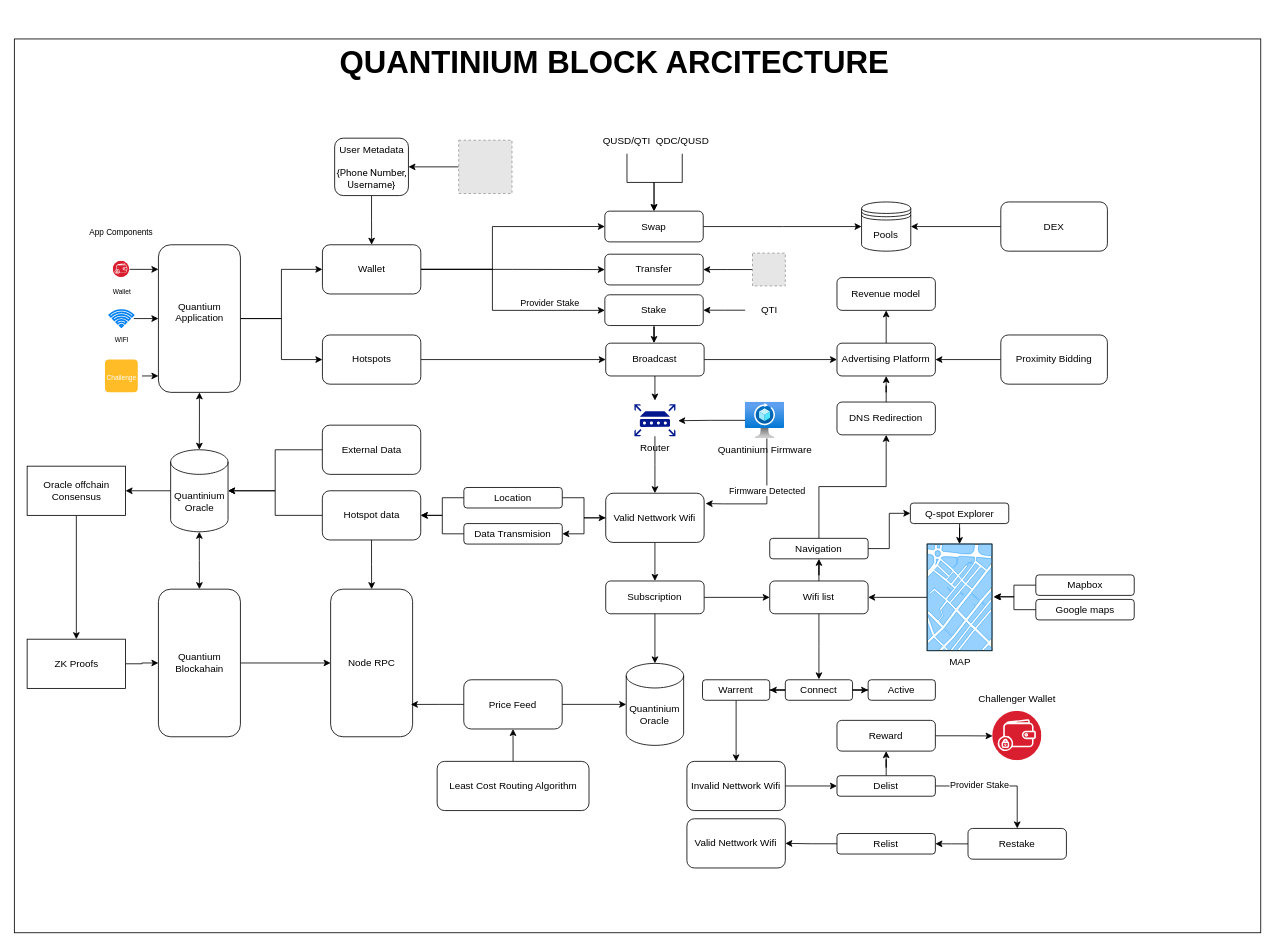
Before: Quantinium-block-diagram.drawio in ali-05-ahmed/Concept-Diagrams, a draw.io diagram. Source tidied: cells renumbered, new cells numbered last; positions are measured from the earlier drawing's top-left corner, leaving out a move shared by most shapes. Both pictures are drawn from the tidied source at 82%, with x=0, y=0 at pixel (14, 39). Pictures stored in the file or linked from it are replaced by grey dashed boxes.
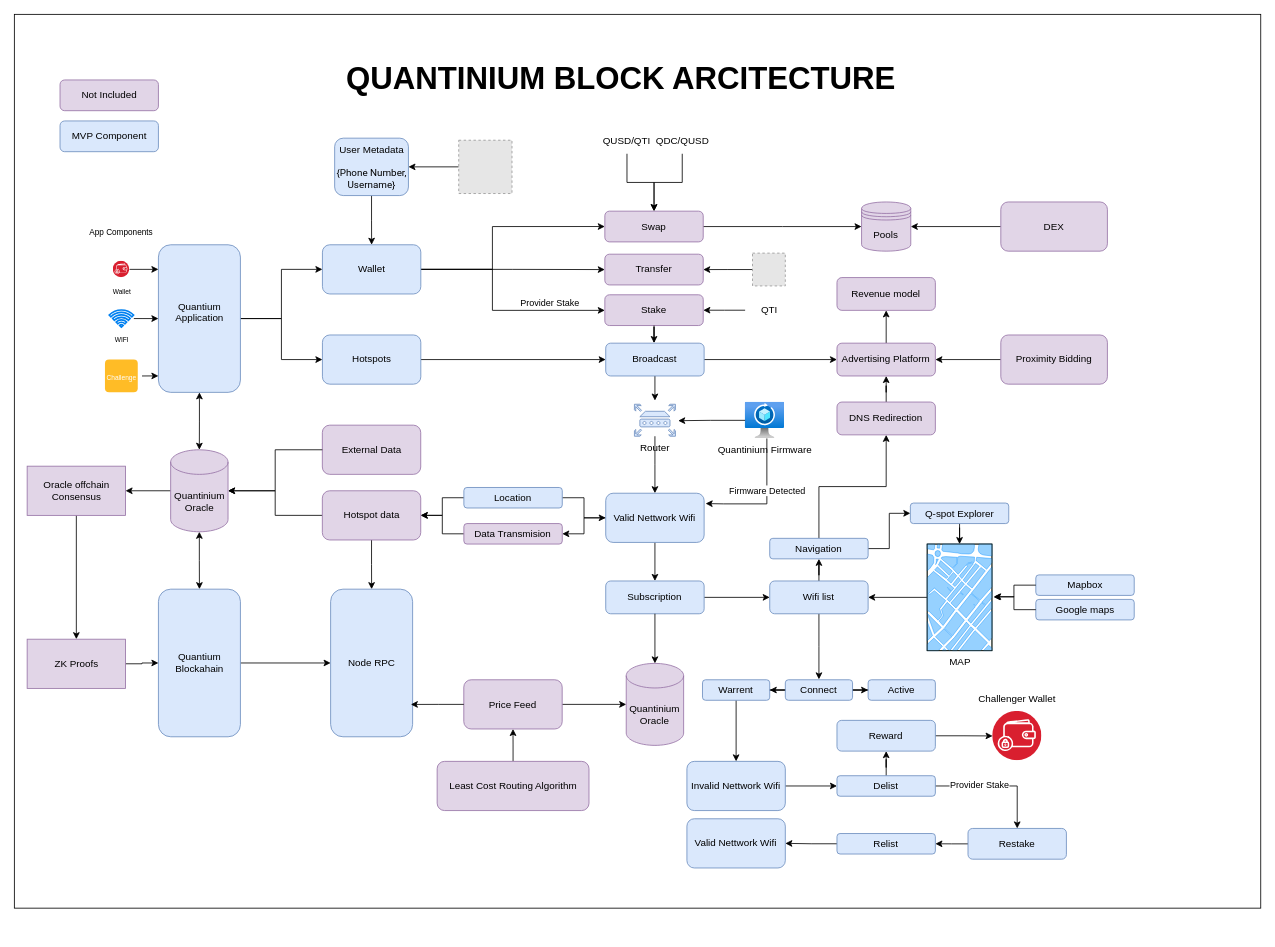
The same page after the edit.

What changed in the source:
```diff
@@
     <mxCell id="2" style="rounded=0;whiteSpace=wrap;html=1;" parent="1" vertex="1">
-      <mxGeometry width="1520" height="1090" as="geometry" />
+      <mxGeometry y="-30" width="1520" height="1090" as="geometry" />
     </mxCell>
@@
-    <mxCell id="6" value="Quantium&lt;div&gt;Application&lt;/div&gt;&lt;div&gt;&amp;nbsp;&lt;br&gt;&lt;/div&gt;" style="rounded=1;whiteSpace=wrap;html=1;" parent="1" vertex="1">
+    <mxCell id="6" value="Quantium&lt;div&gt;Application&lt;/div&gt;&lt;div&gt;&amp;nbsp;&lt;br&gt;&lt;/div&gt;" style="rounded=1;whiteSpace=wrap;html=1;fillColor=#dae8fc;strokeColor=#6c8ebf;" parent="1" vertex="1">
       <mxGeometry x="175.7" y="251" width="100" height="180" as="geometry" />
     </mxCell>
@@
-    <mxCell id="18" value="Wallet" style="whiteSpace=wrap;html=1;rounded=1;" parent="1" vertex="1">
+    <mxCell id="18" value="Wallet" style="whiteSpace=wrap;html=1;rounded=1;fillColor=#dae8fc;strokeColor=#6c8ebf;" parent="1" vertex="1">
       <mxGeometry x="375.7" y="251" width="120" height="60" as="geometry" />
     </mxCell>
@@
-    <mxCell id="20" value="User Metadata&lt;br&gt;&lt;div&gt;&lt;span style=&quot;font-size: 9pt; font-family: Roboto;&quot;&gt;&lt;br&gt;{Phone Number, Username}&lt;/span&gt;&lt;/div&gt;" style="rounded=1;whiteSpace=wrap;html=1;" parent="1" vertex="1">
+    <mxCell id="20" value="User Metadata&lt;br&gt;&lt;div&gt;&lt;span style=&quot;font-size: 9pt; font-family: Roboto;&quot;&gt;&lt;br&gt;{Phone Number, Username}&lt;/span&gt;&lt;/div&gt;" style="rounded=1;whiteSpace=wrap;html=1;fillColor=#dae8fc;strokeColor=#6c8ebf;" parent="1" vertex="1">
       <mxGeometry x="390.6" y="121" width="90" height="70" as="geometry" />
     </mxCell>
@@
-    <mxCell id="22" value="Swap" style="whiteSpace=wrap;html=1;rounded=1;" parent="1" vertex="1">
+    <mxCell id="22" value="Swap" style="whiteSpace=wrap;html=1;rounded=1;fillColor=#e1d5e7;strokeColor=#9673a6;" parent="1" vertex="1">
       <mxGeometry x="720.1" y="210" width="120" height="37.5" as="geometry" />
     </mxCell>
-    <mxCell id="23" value="Transfer" style="whiteSpace=wrap;html=1;rounded=1;" parent="1" vertex="1">
+    <mxCell id="23" value="Transfer" style="whiteSpace=wrap;html=1;rounded=1;fillColor=#e1d5e7;strokeColor=#9673a6;" parent="1" vertex="1">
       <mxGeometry x="720.1" y="262.5" width="120" height="37.5" as="geometry" />
     </mxCell>
@@
-    <mxCell id="28" value="Stake" style="whiteSpace=wrap;html=1;rounded=1;" parent="1" vertex="1">
+    <mxCell id="28" value="Stake" style="whiteSpace=wrap;html=1;rounded=1;fillColor=#e1d5e7;strokeColor=#9673a6;" parent="1" vertex="1">
       <mxGeometry x="720.1" y="312" width="120" height="37.5" as="geometry" />
     </mxCell>
@@
-    <mxCell id="35" value="Broadcast" style="rounded=1;whiteSpace=wrap;html=1;" parent="1" vertex="1">
+    <mxCell id="35" value="Broadcast" style="rounded=1;whiteSpace=wrap;html=1;fillColor=#dae8fc;strokeColor=#6c8ebf;" parent="1" vertex="1">
       <mxGeometry x="721.2" y="371" width="120" height="40" as="geometry" />
     </mxCell>
@@
-    <mxCell id="37" value="Router" style="sketch=0;shadow=0;dashed=0;html=1;strokeColor=none;labelPosition=center;verticalLabelPosition=bottom;verticalAlign=top;align=center;fillColor=#00188D;shape=mxgraph.mscae.enterprise.router;" parent="1" vertex="1">
+    <mxCell id="37" value="Router" style="sketch=0;shadow=0;dashed=0;html=1;strokeColor=#6c8ebf;labelPosition=center;verticalLabelPosition=bottom;verticalAlign=top;align=center;fillColor=#dae8fc;shape=mxgraph.mscae.enterprise.router;" parent="1" vertex="1">
       <mxGeometry x="756.2" y="445.5" width="50" height="39" as="geometry" />
     </mxCell>
@@
-    <mxCell id="42" value="Valid Nettwork Wifi" style="rounded=1;whiteSpace=wrap;html=1;" parent="1" vertex="1">
+    <mxCell id="42" value="Valid Nettwork Wifi" style="rounded=1;whiteSpace=wrap;html=1;fillColor=#dae8fc;strokeColor=#6c8ebf;" parent="1" vertex="1">
       <mxGeometry x="721.2" y="554" width="120" height="60" as="geometry" />
     </mxCell>
@@
-    <mxCell id="47" value="Location" style="rounded=1;whiteSpace=wrap;html=1;" parent="1" vertex="1">
+    <mxCell id="47" value="Location" style="rounded=1;whiteSpace=wrap;html=1;fillColor=#dae8fc;strokeColor=#6c8ebf;" parent="1" vertex="1">
       <mxGeometry x="548.2" y="547" width="120" height="25" as="geometry" />
     </mxCell>
@@
-    <mxCell id="49" value="Hotspots" style="whiteSpace=wrap;html=1;rounded=1;" parent="1" vertex="1">
+    <mxCell id="49" value="Hotspots" style="whiteSpace=wrap;html=1;rounded=1;fillColor=#dae8fc;strokeColor=#6c8ebf;" parent="1" vertex="1">
       <mxGeometry x="375.7" y="361" width="120" height="60" as="geometry" />
     </mxCell>
@@
-    <mxCell id="52" value="Subscription" style="rounded=1;whiteSpace=wrap;html=1;" parent="1" vertex="1">
+    <mxCell id="52" value="Subscription" style="rounded=1;whiteSpace=wrap;html=1;fillColor=#dae8fc;strokeColor=#6c8ebf;" parent="1" vertex="1">
       <mxGeometry x="721.2" y="661" width="120" height="40" as="geometry" />
     </mxCell>
-    <mxCell id="53" value="Quantinium Oracle" style="shape=cylinder3;whiteSpace=wrap;html=1;boundedLbl=1;backgroundOutline=1;size=15;" parent="1" vertex="1">
+    <mxCell id="53" value="Quantinium Oracle" style="shape=cylinder3;whiteSpace=wrap;html=1;boundedLbl=1;backgroundOutline=1;size=15;fillColor=#e1d5e7;strokeColor=#9673a6;" parent="1" vertex="1">
       <mxGeometry x="746.2" y="761.5" width="70" height="100" as="geometry" />
     </mxCell>
@@
-    <mxCell id="57" value="Wifi list" style="rounded=1;whiteSpace=wrap;html=1;" parent="1" vertex="1">
+    <mxCell id="57" value="Wifi list" style="rounded=1;whiteSpace=wrap;html=1;fillColor=#dae8fc;strokeColor=#6c8ebf;" parent="1" vertex="1">
       <mxGeometry x="921.2" y="661" width="120" height="40" as="geometry" />
     </mxCell>
@@
-    <mxCell id="62" value="Navigation" style="rounded=1;whiteSpace=wrap;html=1;" parent="1" vertex="1">
+    <mxCell id="62" value="Navigation" style="rounded=1;whiteSpace=wrap;html=1;fillColor=#dae8fc;strokeColor=#6c8ebf;" parent="1" vertex="1">
       <mxGeometry x="921.2" y="609" width="120" height="25" as="geometry" />
     </mxCell>
@@
-    <mxCell id="65" value="Connect" style="rounded=1;whiteSpace=wrap;html=1;" parent="1" vertex="1">
+    <mxCell id="65" value="Connect" style="rounded=1;whiteSpace=wrap;html=1;fillColor=#dae8fc;strokeColor=#6c8ebf;" parent="1" vertex="1">
       <mxGeometry x="940.2" y="781.5" width="82" height="25" as="geometry" />
     </mxCell>
-    <mxCell id="66" value="Active" style="rounded=1;whiteSpace=wrap;html=1;" parent="1" vertex="1">
+    <mxCell id="66" value="Active" style="rounded=1;whiteSpace=wrap;html=1;fillColor=#dae8fc;strokeColor=#6c8ebf;" parent="1" vertex="1">
       <mxGeometry x="1041.2" y="781.5" width="82" height="25" as="geometry" />
     </mxCell>
@@
-    <mxCell id="68" value="Warrent" style="rounded=1;whiteSpace=wrap;html=1;" parent="1" vertex="1">
+    <mxCell id="68" value="Warrent" style="rounded=1;whiteSpace=wrap;html=1;fillColor=#dae8fc;strokeColor=#6c8ebf;" parent="1" vertex="1">
       <mxGeometry x="839.2" y="781.5" width="82" height="25" as="geometry" />
     </mxCell>
@@
-    <mxCell id="70" value="Price Feed" style="rounded=1;whiteSpace=wrap;html=1;" parent="1" vertex="1">
+    <mxCell id="70" value="Price Feed" style="rounded=1;whiteSpace=wrap;html=1;fillColor=#e1d5e7;strokeColor=#9673a6;" parent="1" vertex="1">
       <mxGeometry x="548.1" y="781.5" width="120" height="60" as="geometry" />
     </mxCell>
@@
-    <mxCell id="73" value="Quantinium Oracle" style="shape=cylinder3;whiteSpace=wrap;html=1;boundedLbl=1;backgroundOutline=1;size=15;" parent="1" vertex="1">
+    <mxCell id="73" value="Quantinium Oracle" style="shape=cylinder3;whiteSpace=wrap;html=1;boundedLbl=1;backgroundOutline=1;size=15;fillColor=#e1d5e7;strokeColor=#9673a6;" parent="1" vertex="1">
       <mxGeometry x="190.6" y="501" width="70" height="100" as="geometry" />
     </mxCell>
@@
-    <mxCell id="75" value="Quantium&lt;div&gt;Blockahain&lt;/div&gt;" style="rounded=1;whiteSpace=wrap;html=1;" parent="1" vertex="1">
+    <mxCell id="75" value="Quantium&lt;div&gt;Blockahain&lt;/div&gt;" style="rounded=1;whiteSpace=wrap;html=1;fillColor=#dae8fc;strokeColor=#6c8ebf;" parent="1" vertex="1">
       <mxGeometry x="175.7" y="671" width="100" height="180" as="geometry" />
     </mxCell>
-    <mxCell id="76" value="External Data" style="rounded=1;whiteSpace=wrap;html=1;" parent="1" vertex="1">
+    <mxCell id="76" value="External Data" style="rounded=1;whiteSpace=wrap;html=1;fillColor=#e1d5e7;strokeColor=#9673a6;" parent="1" vertex="1">
       <mxGeometry x="375.6" y="471" width="120" height="60" as="geometry" />
     </mxCell>
@@
-    <mxCell id="79" value="Hotspot data" style="rounded=1;whiteSpace=wrap;html=1;" parent="1" vertex="1">
+    <mxCell id="79" value="Hotspot data" style="rounded=1;whiteSpace=wrap;html=1;fillColor=#e1d5e7;strokeColor=#9673a6;" parent="1" vertex="1">
       <mxGeometry x="375.6" y="551" width="120" height="60" as="geometry" />
     </mxCell>
@@
-    <mxCell id="82" value="Data Transmision" style="rounded=1;whiteSpace=wrap;html=1;" parent="1" vertex="1">
+    <mxCell id="82" value="Data Transmision" style="rounded=1;whiteSpace=wrap;html=1;fillColor=#e1d5e7;strokeColor=#9673a6;" parent="1" vertex="1">
       <mxGeometry x="548.2" y="591" width="120" height="25" as="geometry" />
     </mxCell>
-    <mxCell id="83" value="Node RPC" style="rounded=1;whiteSpace=wrap;html=1;" parent="1" vertex="1">
+    <mxCell id="83" value="Node RPC" style="rounded=1;whiteSpace=wrap;html=1;fillColor=#dae8fc;strokeColor=#6c8ebf;" parent="1" vertex="1">
       <mxGeometry x="385.7" y="671" width="100" height="180" as="geometry" />
     </mxCell>
@@
-    <mxCell id="85" value="Mapbox" style="rounded=1;whiteSpace=wrap;html=1;" parent="1" vertex="1">
+    <mxCell id="85" value="Mapbox" style="rounded=1;whiteSpace=wrap;html=1;fillColor=#dae8fc;strokeColor=#6c8ebf;" parent="1" vertex="1">
       <mxGeometry x="1245.7" y="653.6" width="120" height="25" as="geometry" />
     </mxCell>
-    <mxCell id="86" value="Google maps" style="rounded=1;whiteSpace=wrap;html=1;" parent="1" vertex="1">
+    <mxCell id="86" value="Google maps" style="rounded=1;whiteSpace=wrap;html=1;fillColor=#dae8fc;strokeColor=#6c8ebf;" parent="1" vertex="1">
       <mxGeometry x="1245.7" y="683.5" width="120" height="25" as="geometry" />
     </mxCell>
@@
-    <mxCell id="90" value="Invalid Nettwork Wifi" style="rounded=1;whiteSpace=wrap;html=1;" parent="1" vertex="1">
+    <mxCell id="90" value="Invalid Nettwork Wifi" style="rounded=1;whiteSpace=wrap;html=1;fillColor=#dae8fc;strokeColor=#6c8ebf;" parent="1" vertex="1">
       <mxGeometry x="820.2" y="881" width="120" height="60" as="geometry" />
     </mxCell>
@@
-    <mxCell id="93" value="Delist" style="rounded=1;whiteSpace=wrap;html=1;" parent="1" vertex="1">
+    <mxCell id="93" value="Delist" style="rounded=1;whiteSpace=wrap;html=1;fillColor=#dae8fc;strokeColor=#6c8ebf;" parent="1" vertex="1">
       <mxGeometry x="1003.2" y="898.5" width="120" height="25" as="geometry" />
     </mxCell>
@@
-    <mxCell id="95" value="Relist" style="rounded=1;whiteSpace=wrap;html=1;" parent="1" vertex="1">
+    <mxCell id="95" value="Relist" style="rounded=1;whiteSpace=wrap;html=1;fillColor=#dae8fc;strokeColor=#6c8ebf;" parent="1" vertex="1">
       <mxGeometry x="1003.2" y="969" width="120" height="25" as="geometry" />
     </mxCell>
@@
-    <mxCell id="97" value="Restake" style="whiteSpace=wrap;html=1;rounded=1;" parent="1" vertex="1">
+    <mxCell id="97" value="Restake" style="whiteSpace=wrap;html=1;rounded=1;fillColor=#dae8fc;strokeColor=#6c8ebf;" parent="1" vertex="1">
       <mxGeometry x="1163" y="962.8" width="120" height="37.5" as="geometry" />
     </mxCell>
@@
-    <mxCell id="99" value="Valid Nettwork Wifi" style="rounded=1;whiteSpace=wrap;html=1;" parent="1" vertex="1">
+    <mxCell id="99" value="Valid Nettwork Wifi" style="rounded=1;whiteSpace=wrap;html=1;fillColor=#dae8fc;strokeColor=#6c8ebf;" parent="1" vertex="1">
       <mxGeometry x="820.2" y="951" width="120" height="60" as="geometry" />
     </mxCell>
@@
-    <mxCell id="103" value="Reward" style="whiteSpace=wrap;html=1;rounded=1;" parent="1" vertex="1">
+    <mxCell id="103" value="Reward" style="whiteSpace=wrap;html=1;rounded=1;fillColor=#dae8fc;strokeColor=#6c8ebf;" parent="1" vertex="1">
       <mxGeometry x="1003.2" y="831" width="120" height="37.5" as="geometry" />
     </mxCell>
@@
-    <mxCell id="106" value="Pools" style="shape=datastore;whiteSpace=wrap;html=1;" parent="1" vertex="1">
+    <mxCell id="106" value="Pools" style="shape=datastore;whiteSpace=wrap;html=1;fillColor=#e1d5e7;strokeColor=#9673a6;" parent="1" vertex="1">
       <mxGeometry x="1033.2" y="198.8" width="60" height="60" as="geometry" />
     </mxCell>
@@
-    <mxCell id="108" value="Least Cost Routing Algorithm" style="rounded=1;whiteSpace=wrap;html=1;" parent="1" vertex="1">
+    <mxCell id="108" value="Least Cost Routing Algorithm" style="rounded=1;whiteSpace=wrap;html=1;fillColor=#e1d5e7;strokeColor=#9673a6;" parent="1" vertex="1">
       <mxGeometry x="515.6" y="881" width="185.2" height="60" as="geometry" />
     </mxCell>
@@
-    <mxCell id="110" value="Advertising Platform" style="rounded=1;whiteSpace=wrap;html=1;" parent="1" vertex="1">
+    <mxCell id="110" value="Advertising Platform" style="rounded=1;whiteSpace=wrap;html=1;fillColor=#e1d5e7;strokeColor=#9673a6;" parent="1" vertex="1">
       <mxGeometry x="1003.2" y="371" width="120" height="40" as="geometry" />
     </mxCell>
@@
-    <mxCell id="112" value="DNS Redirection" style="rounded=1;whiteSpace=wrap;html=1;" parent="1" vertex="1">
+    <mxCell id="112" value="DNS Redirection" style="rounded=1;whiteSpace=wrap;html=1;fillColor=#e1d5e7;strokeColor=#9673a6;" parent="1" vertex="1">
       <mxGeometry x="1003.2" y="442.8" width="120" height="40" as="geometry" />
     </mxCell>
@@
-    <mxCell id="114" value="Proximity Bidding" style="rounded=1;whiteSpace=wrap;html=1;" parent="1" vertex="1">
+    <mxCell id="114" value="Proximity Bidding" style="rounded=1;whiteSpace=wrap;html=1;fillColor=#e1d5e7;strokeColor=#9673a6;" parent="1" vertex="1">
       <mxGeometry x="1203" y="361" width="130" height="60" as="geometry" />
     </mxCell>
-    <mxCell id="115" value="Revenue model" style="rounded=1;whiteSpace=wrap;html=1;" parent="1" vertex="1">
+    <mxCell id="115" value="Revenue model" style="rounded=1;whiteSpace=wrap;html=1;fillColor=#e1d5e7;strokeColor=#9673a6;" parent="1" vertex="1">
       <mxGeometry x="1003.2" y="291" width="120" height="40" as="geometry" />
     </mxCell>
@@
-    <mxCell id="117" value="Q-spot Explorer" style="rounded=1;whiteSpace=wrap;html=1;" parent="1" vertex="1">
+    <mxCell id="117" value="Q-spot Explorer" style="rounded=1;whiteSpace=wrap;html=1;fillColor=#dae8fc;strokeColor=#6c8ebf;" parent="1" vertex="1">
       <mxGeometry x="1092.7" y="566" width="120" height="25" as="geometry" />
     </mxCell>
@@
-    <mxCell id="119" value="DEX" style="rounded=1;whiteSpace=wrap;html=1;" parent="1" vertex="1">
+    <mxCell id="119" value="DEX" style="rounded=1;whiteSpace=wrap;html=1;fillColor=#e1d5e7;strokeColor=#9673a6;" parent="1" vertex="1">
       <mxGeometry x="1203" y="198.8" width="130" height="60" as="geometry" />
     </mxCell>
     <mxCell id="120" value="&lt;h1 style=&quot;margin-top: 0px;&quot;&gt;&lt;font style=&quot;font-size: 38px;&quot;&gt;QUANTINIUM BLOCK ARCITECTURE&lt;/font&gt;&lt;/h1&gt;" style="text;html=1;whiteSpace=wrap;overflow=hidden;rounded=0;" parent="1" vertex="1">
-      <mxGeometry x="395" width="690" height="50" as="geometry" />
+      <mxGeometry x="403.2" y="20" width="690" height="50" as="geometry" />
     </mxCell>
@@
-    <mxCell id="122" value="Oracle offchain&lt;br&gt;Consensus" style="whiteSpace=wrap;html=1;" parent="1" vertex="1">
+    <mxCell id="122" value="Oracle offchain&lt;br&gt;Consensus" style="whiteSpace=wrap;html=1;fillColor=#e1d5e7;strokeColor=#9673a6;" parent="1" vertex="1">
       <mxGeometry x="15.6" y="521" width="120" height="60" as="geometry" />
     </mxCell>
@@
-    <mxCell id="124" value="ZK Proofs" style="whiteSpace=wrap;html=1;" parent="1" vertex="1">
+    <mxCell id="124" value="ZK Proofs" style="whiteSpace=wrap;html=1;fillColor=#e1d5e7;strokeColor=#9673a6;" parent="1" vertex="1">
       <mxGeometry x="15.6" y="732" width="120" height="60" as="geometry" />
     </mxCell>
+    <mxCell id="125" value="Not Included" style="whiteSpace=wrap;html=1;rounded=1;fillColor=#e1d5e7;strokeColor=#9673a6;" parent="1" vertex="1">
+      <mxGeometry x="55.7" y="50" width="120" height="37.5" as="geometry" />
+    </mxCell>
+    <mxCell id="126" value="MVP Component" style="whiteSpace=wrap;html=1;rounded=1;fillColor=#dae8fc;strokeColor=#6c8ebf;" parent="1" vertex="1">
+      <mxGeometry x="55.7" y="100" width="120" height="37.5" as="geometry" />
+    </mxCell>
```
